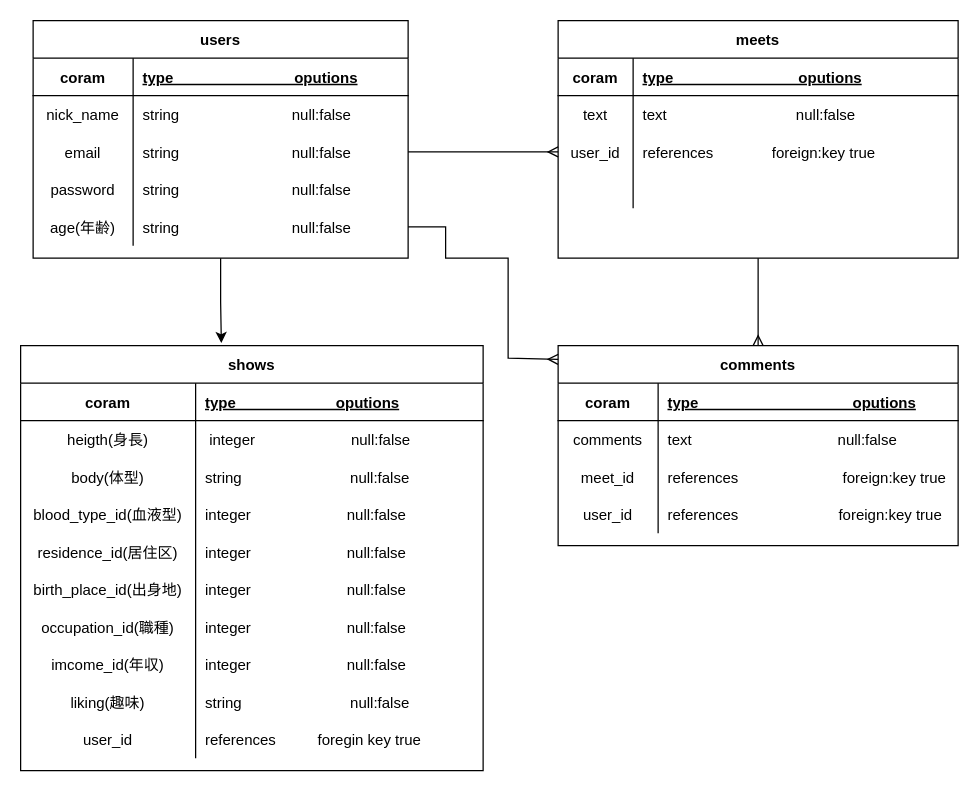
ikekou0015/meet-with keeps this draw.io diagram as test.dio. Above is the earlier version. Source tidied: cells renumbered, new cells numbered last; positions are measured from the earlier drawing's top-left corner, leaving out a move shared by most shapes. Both pictures are drawn from the tidied source at 125%, with x=0, y=0 at pixel (20, 20).
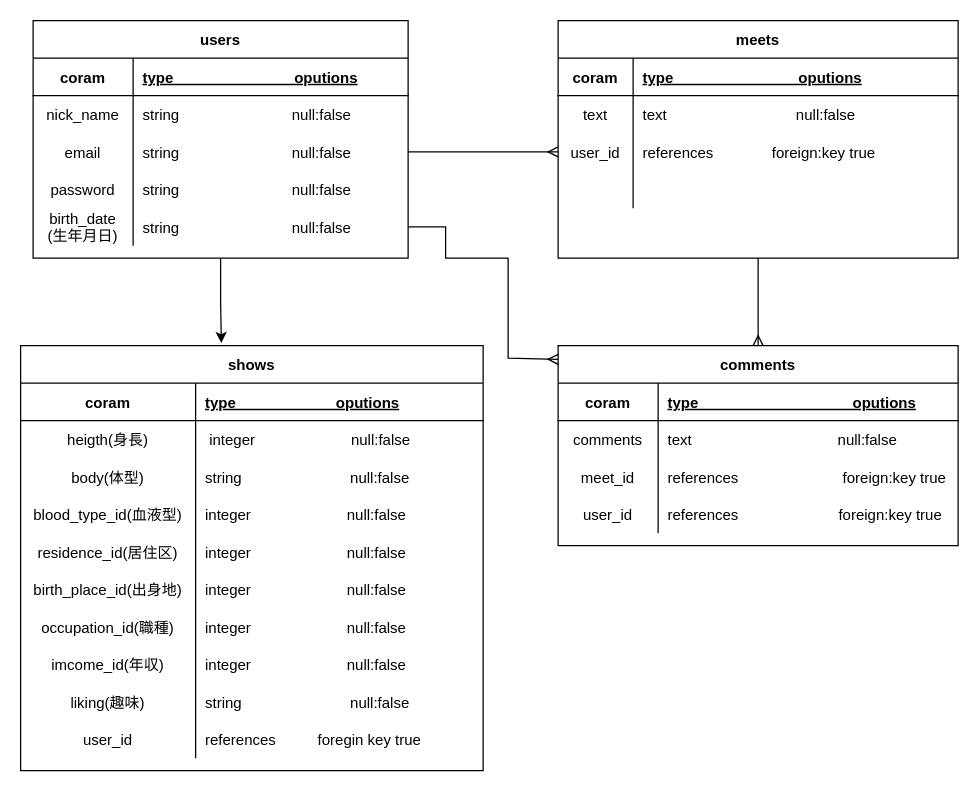
Above is the later version.

Unchanged cells that the change refers to:
```xml
<mxCell id="16" style="shape=partialRectangle;fillColor=none;top=0;left=0;bottom=0;right=0;points=[[0,0.5],[1,0.5]];portConstraint=eastwest;" parent="3" vertex="1">
  <mxGeometry y="150" width="300" height="30" as="geometry" />
</mxCell>
```

What changed in the source:
```diff
@@
-    <mxCell id="17" value="age(年齢)" style="shape=partialRectangle;fillColor=none;top=0;left=0;bottom=0;right=0;overflow=hidden;" parent="16" vertex="1">
+    <mxCell id="17" value="birth_date&#10;(生年月日)" style="shape=partialRectangle;fillColor=none;top=0;left=0;bottom=0;right=0;overflow=hidden;" parent="16" vertex="1">
       <mxGeometry width="80" height="30" as="geometry" />
     </mxCell>
```
